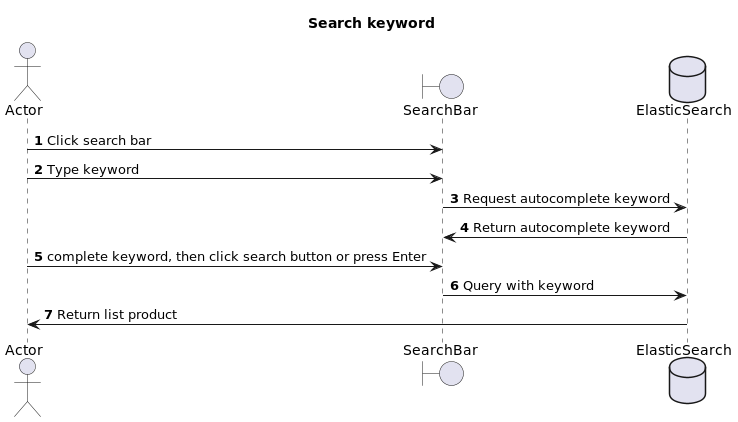
Earlier version of the PlantUML export resources/search-keyword.png (thucpk/k33-ad-final-project).
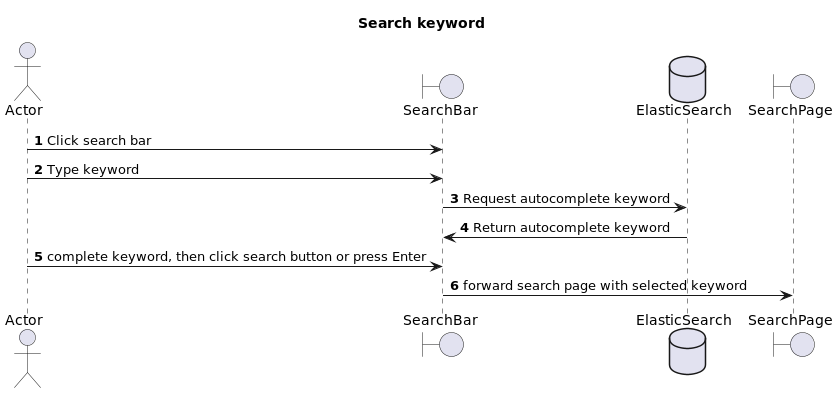
After the change.

The edit, as a diff of the source:
```diff
@@ -3,6 +3,7 @@
 actor        Actor         as actor
 boundary     SearchBar     as searchbar
 database     ElasticSearch as es
+boundary     SearchPage    as search_page
 
 Title: Search keyword
 
@@ -12,6 +13,5 @@
 searchbar -> es: Request autocomplete keyword
 es -> searchbar: Return autocomplete keyword
 actor -> searchbar: complete keyword, then click search button or press Enter
-searchbar -> es: Query with keyword
-es -> actor: Return list product
+searchbar -> search_page: forward search page with selected keyword
 @enduml
```
